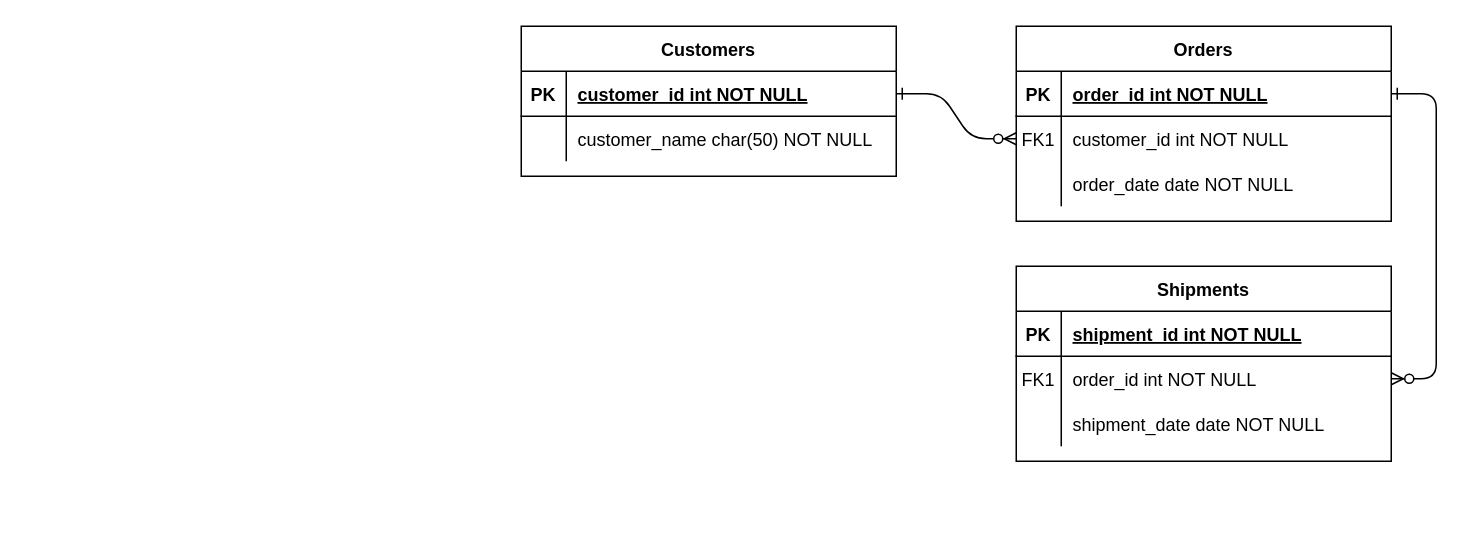
The draw.io diagram Documentacion/DiagramaDB.drawio in JuanLop3z/VIdeogamesStore, before the edit. Source tidied: cells renumbered, new cells numbered last; positions are measured from the earlier drawing's top-left corner, leaving out a move shared by most shapes. Both pictures are drawn from the tidied source at 150%, with x=0, y=0 at pixel (520, 26).
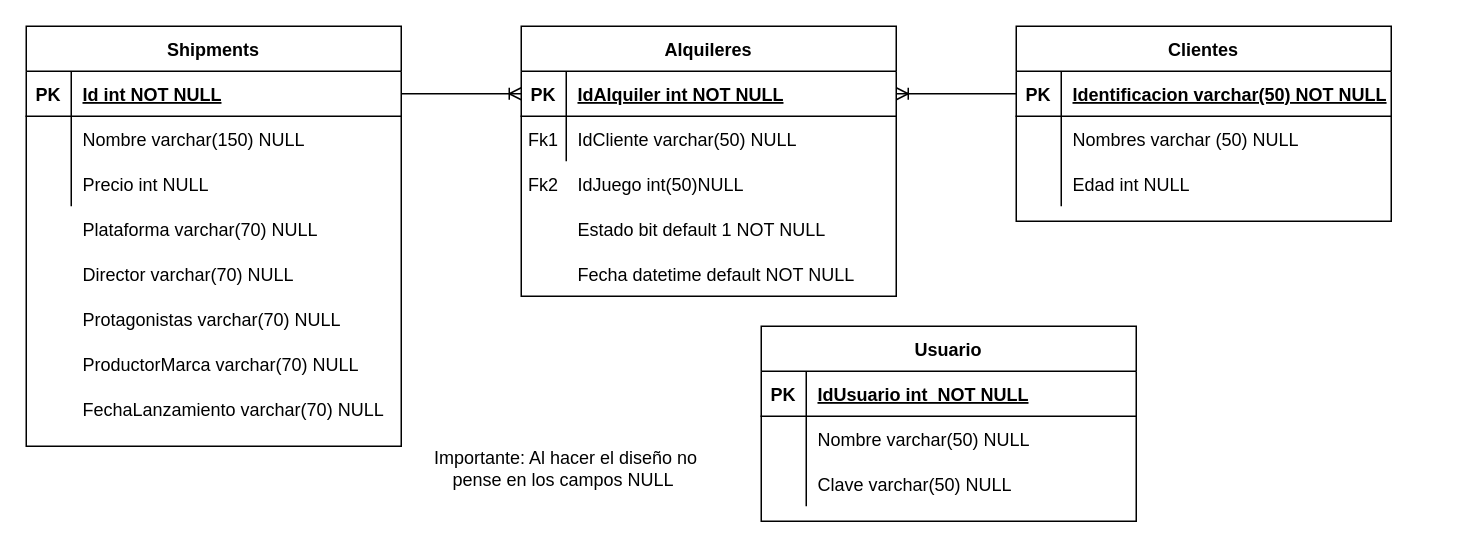
Above is the later version.

The change refers to these unchanged cells:
```xml
<mxCell id="5" style="shape=partialRectangle;fillColor=none;points=[[0,0.5],[1,0.5]];portConstraint=eastwest;top=0;left=0;right=0;bottom=1;" parent="4" vertex="1">
  <mxGeometry y="30" width="250" height="30" as="geometry" />
</mxCell>
<mxCell id="8" style="shape=partialRectangle;fillColor=none;points=[[0,0.5],[1,0.5]];portConstraint=eastwest;top=0;left=0;right=0;bottom=0;" parent="4" vertex="1">
  <mxGeometry y="60" width="250" height="30" as="geometry" />
</mxCell>
<mxCell id="11" style="shape=partialRectangle;fillColor=none;top=0;left=0;right=0;bottom=0;" parent="4" vertex="1">
  <mxGeometry y="90" width="250" height="30" as="geometry" />
</mxCell>
<mxCell id="15" style="shape=partialRectangle;fillColor=none;points=[[0,0.5],[1,0.5]];portConstraint=eastwest;top=0;left=0;right=0;bottom=1;" parent="14" vertex="1">
  <mxGeometry y="30" width="250" height="30" as="geometry" />
</mxCell>
<mxCell id="18" style="shape=partialRectangle;fillColor=none;points=[[0,0.5],[1,0.5]];portConstraint=eastwest;top=0;left=0;right=0;bottom=0;" parent="14" vertex="1">
  <mxGeometry y="60" width="250" height="30" as="geometry" />
</mxCell>
<mxCell id="21" style="shape=partialRectangle;fillColor=none;top=0;left=0;right=0;bottom=0;" parent="14" vertex="1">
  <mxGeometry y="90" width="250" height="30" as="geometry" />
</mxCell>
<mxCell id="25" style="shape=partialRectangle;fillColor=none;points=[[0,0.5],[1,0.5]];portConstraint=eastwest;top=0;left=0;right=0;bottom=1;" parent="24" vertex="1">
  <mxGeometry y="30" width="250" height="30" as="geometry" />
</mxCell>
<mxCell id="28" style="shape=partialRectangle;fillColor=none;top=0;left=0;right=0;bottom=0;" parent="24" vertex="1">
  <mxGeometry y="60" width="250" height="30" as="geometry" />
</mxCell>
```

Diff of the diagram source:
```diff
@@
-    <mxCell id="2" style="edgeStyle=entityRelationEdgeStyle;endArrow=ERzeroToMany;startArrow=ERone;endFill=1;startFill=0;" parent="1" edge="1" source="25" target="8">
-      <mxGeometry relative="1" as="geometry" />
-    </mxCell>
-    <mxCell id="3" style="edgeStyle=entityRelationEdgeStyle;endArrow=ERzeroToMany;startArrow=ERone;endFill=1;startFill=0;" parent="1" edge="1" source="5" target="18">
-      <mxGeometry relative="1" as="geometry" />
-    </mxCell>
-    <mxCell id="4" value="Orders" style="shape=table;startSize=30;childLayout=tableLayout;rowLines=0;fontStyle=1;align=center;" parent="1" vertex="1">
+    <mxCell id="4" value="Clientes" style="shape=table;startSize=30;childLayout=tableLayout;rowLines=0;fontStyle=1;align=center;" parent="1" vertex="1">
       <mxGeometry x="330" width="250" height="130" as="geometry" />
     </mxCell>
@@
-    <mxCell id="7" value="order_id int NOT NULL " style="shape=partialRectangle;overflow=hidden;fillColor=none;top=0;left=0;bottom=0;right=0;align=left;spacingLeft=6;fontStyle=5;" parent="5" vertex="1">
+    <mxCell id="7" value="Identificacion varchar(50) NOT NULL " style="shape=partialRectangle;overflow=hidden;fillColor=none;top=0;left=0;bottom=0;right=0;align=left;spacingLeft=6;fontStyle=5;" parent="5" vertex="1">
       <mxGeometry x="30" width="220" height="30" as="geometry" />
     </mxCell>
@@
-    <mxCell id="9" value="FK1" style="shape=partialRectangle;overflow=hidden;fillColor=none;top=0;left=0;bottom=0;right=0;" parent="8" vertex="1">
+    <mxCell id="9" style="shape=partialRectangle;overflow=hidden;fillColor=none;top=0;left=0;bottom=0;right=0;" parent="8" vertex="1">
       <mxGeometry width="30" height="30" as="geometry" />
     </mxCell>
-    <mxCell id="10" value="customer_id int NOT NULL" style="shape=partialRectangle;overflow=hidden;fillColor=none;top=0;left=0;bottom=0;right=0;align=left;spacingLeft=6;" parent="8" vertex="1">
+    <mxCell id="10" value="Nombres varchar (50) NULL" style="shape=partialRectangle;overflow=hidden;fillColor=none;top=0;left=0;bottom=0;right=0;align=left;spacingLeft=6;" parent="8" vertex="1">
       <mxGeometry x="30" width="220" height="30" as="geometry" />
     </mxCell>
@@
-    <mxCell id="13" value="order_date date NOT NULL" style="shape=partialRectangle;overflow=hidden;fillColor=none;top=0;left=0;bottom=0;right=0;align=left;spacingLeft=6;" parent="11" vertex="1">
+    <mxCell id="13" value="Edad int NULL" style="shape=partialRectangle;overflow=hidden;fillColor=none;top=0;left=0;bottom=0;right=0;align=left;spacingLeft=6;" parent="11" vertex="1">
       <mxGeometry x="30" width="220" height="30" as="geometry" />
     </mxCell>
     <mxCell id="14" value="Shipments" style="shape=table;startSize=30;childLayout=tableLayout;rowLines=0;fontStyle=1;align=center;" parent="1" vertex="1">
-      <mxGeometry x="330" y="160" width="250" height="130" as="geometry" />
+      <mxGeometry x="-330" width="250" height="280" as="geometry" />
     </mxCell>
@@
-    <mxCell id="17" value="shipment_id int NOT NULL " style="shape=partialRectangle;overflow=hidden;fillColor=none;top=0;left=0;bottom=0;right=0;align=left;spacingLeft=6;fontStyle=5;" parent="15" vertex="1">
+    <mxCell id="17" value="Id int NOT NULL " style="shape=partialRectangle;overflow=hidden;fillColor=none;top=0;left=0;bottom=0;right=0;align=left;spacingLeft=6;fontStyle=5;" parent="15" vertex="1">
       <mxGeometry x="30" width="220" height="30" as="geometry" />
     </mxCell>
@@
-    <mxCell id="19" value="FK1" style="shape=partialRectangle;overflow=hidden;fillColor=none;top=0;left=0;bottom=0;right=0;" parent="18" vertex="1">
+    <mxCell id="19" style="shape=partialRectangle;overflow=hidden;fillColor=none;top=0;left=0;bottom=0;right=0;" parent="18" vertex="1">
       <mxGeometry width="30" height="30" as="geometry" />
     </mxCell>
-    <mxCell id="20" value="order_id int NOT NULL" style="shape=partialRectangle;overflow=hidden;fillColor=none;top=0;left=0;bottom=0;right=0;align=left;spacingLeft=6;" parent="18" vertex="1">
+    <mxCell id="20" value="Nombre varchar(150) NULL        " style="shape=partialRectangle;overflow=hidden;fillColor=none;top=0;left=0;bottom=0;right=0;align=left;spacingLeft=6;" parent="18" vertex="1">
       <mxGeometry x="30" width="220" height="30" as="geometry" />
     </mxCell>
@@
-    <mxCell id="23" value="shipment_date date NOT NULL" style="shape=partialRectangle;overflow=hidden;fillColor=none;top=0;left=0;bottom=0;right=0;align=left;spacingLeft=6;" parent="21" vertex="1">
+    <mxCell id="23" value="Precio int NULL" style="shape=partialRectangle;overflow=hidden;fillColor=none;top=0;left=0;bottom=0;right=0;align=left;spacingLeft=6;" parent="21" vertex="1">
       <mxGeometry x="30" width="220" height="30" as="geometry" />
     </mxCell>
-    <mxCell id="24" value="Customers" style="shape=table;startSize=30;childLayout=tableLayout;rowLines=0;fontStyle=1;align=center;" parent="1" vertex="1">
-      <mxGeometry width="250" height="100" as="geometry" />
+    <mxCell id="24" value="Alquileres" style="shape=table;startSize=30;childLayout=tableLayout;rowLines=0;fontStyle=1;align=center;" parent="1" vertex="1">
+      <mxGeometry width="250" height="180" as="geometry" />
     </mxCell>
@@
-    <mxCell id="27" value="customer_id int NOT NULL " style="shape=partialRectangle;overflow=hidden;fillColor=none;top=0;left=0;bottom=0;right=0;align=left;spacingLeft=6;fontStyle=5;" parent="25" vertex="1">
+    <mxCell id="27" value="IdAlquiler int NOT NULL " style="shape=partialRectangle;overflow=hidden;fillColor=none;top=0;left=0;bottom=0;right=0;align=left;spacingLeft=6;fontStyle=5;" parent="25" vertex="1">
       <mxGeometry x="30" width="220" height="30" as="geometry" />
     </mxCell>
@@
-    <mxCell id="29" style="shape=partialRectangle;overflow=hidden;fillColor=none;top=0;left=0;bottom=0;right=0;" parent="28" vertex="1">
+    <mxCell id="29" value="Fk1" style="shape=partialRectangle;overflow=hidden;fillColor=none;top=0;left=0;bottom=0;right=0;" parent="28" vertex="1">
       <mxGeometry width="30" height="30" as="geometry" />
     </mxCell>
-    <mxCell id="30" value="customer_name char(50) NOT NULL" style="shape=partialRectangle;overflow=hidden;fillColor=none;top=0;left=0;bottom=0;right=0;align=left;spacingLeft=6;" parent="28" vertex="1">
+    <mxCell id="30" value="IdCliente varchar(50) NULL" style="shape=partialRectangle;overflow=hidden;fillColor=none;top=0;left=0;bottom=0;right=0;align=left;spacingLeft=6;" parent="28" vertex="1">
       <mxGeometry x="30" width="220" height="30" as="geometry" />
     </mxCell>
+    <mxCell id="31" value="IdJuego int(50)NULL" style="shape=partialRectangle;overflow=hidden;fillColor=none;top=0;left=0;bottom=0;right=0;align=left;spacingLeft=6;" parent="1" vertex="1">
+      <mxGeometry x="30" y="90" width="220" height="30" as="geometry" />
+    </mxCell>
+    <mxCell id="32" value="Fk2" style="shape=partialRectangle;overflow=hidden;fillColor=none;top=0;left=0;bottom=0;right=0;" parent="1" vertex="1">
+      <mxGeometry y="90" width="30" height="30" as="geometry" />
+    </mxCell>
+    <mxCell id="33" value="Estado bit default 1 NOT NULL" style="shape=partialRectangle;overflow=hidden;fillColor=none;top=0;left=0;bottom=0;right=0;align=left;spacingLeft=6;" parent="1" vertex="1">
+      <mxGeometry x="30" y="120" width="220" height="30" as="geometry" />
+    </mxCell>
+    <mxCell id="34" value="Fecha datetime default NOT NULL" style="shape=partialRectangle;overflow=hidden;fillColor=none;top=0;left=0;bottom=0;right=0;align=left;spacingLeft=6;" parent="1" vertex="1">
+      <mxGeometry x="30" y="150" width="220" height="30" as="geometry" />
+    </mxCell>
+    <mxCell id="35" style="edgeStyle=entityRelationEdgeStyle;fontSize=12;html=1;endArrow=ERoneToMany;rounded=0;entryX=1;entryY=0.5;entryDx=0;entryDy=0;exitX=0;exitY=0.5;exitDx=0;exitDy=0;" parent="1" edge="1" source="5" target="25">
+      <mxGeometry relative="1" as="geometry" />
+    </mxCell>
+    <mxCell id="36" value="Usuario" style="shape=table;startSize=30;childLayout=tableLayout;rowLines=0;fontStyle=1;align=center;" parent="1" vertex="1">
+      <mxGeometry x="160" y="200" width="250" height="130" as="geometry" />
+    </mxCell>
+    <mxCell id="37" style="shape=partialRectangle;fillColor=none;top=0;left=0;right=0;bottom=1;" parent="36" vertex="1">
+      <mxGeometry y="30" width="250" height="30" as="geometry" />
+    </mxCell>
+    <mxCell id="38" value="PK" style="shape=partialRectangle;overflow=hidden;fillColor=none;top=0;left=0;bottom=0;right=0;fontStyle=1;" parent="37" vertex="1">
+      <mxGeometry width="30" height="30" as="geometry" />
+    </mxCell>
+    <mxCell id="39" value="IdUsuario int  NOT NULL " style="shape=partialRectangle;overflow=hidden;fillColor=none;top=0;left=0;bottom=0;right=0;align=left;spacingLeft=6;fontStyle=5;" parent="37" vertex="1">
+      <mxGeometry x="30" width="220" height="30" as="geometry" />
+    </mxCell>
+    <mxCell id="40" style="shape=partialRectangle;fillColor=none;top=0;left=0;right=0;bottom=0;" parent="36" vertex="1">
+      <mxGeometry y="60" width="250" height="30" as="geometry" />
+    </mxCell>
+    <mxCell id="41" style="shape=partialRectangle;overflow=hidden;fillColor=none;top=0;left=0;bottom=0;right=0;" parent="40" vertex="1">
+      <mxGeometry width="30" height="30" as="geometry" />
+    </mxCell>
+    <mxCell id="42" value="Nombre varchar(50) NULL" style="shape=partialRectangle;overflow=hidden;fillColor=none;top=0;left=0;bottom=0;right=0;align=left;spacingLeft=6;" parent="40" vertex="1">
+      <mxGeometry x="30" width="220" height="30" as="geometry" />
+    </mxCell>
+    <mxCell id="43" style="shape=partialRectangle;fillColor=none;top=0;left=0;right=0;bottom=0;" parent="36" vertex="1">
+      <mxGeometry y="90" width="250" height="30" as="geometry" />
+    </mxCell>
+    <mxCell id="44" style="shape=partialRectangle;overflow=hidden;fillColor=none;top=0;left=0;bottom=0;right=0;" parent="43" vertex="1">
+      <mxGeometry width="30" height="30" as="geometry" />
+    </mxCell>
+    <mxCell id="45" value="Clave varchar(50) NULL" style="shape=partialRectangle;overflow=hidden;fillColor=none;top=0;left=0;bottom=0;right=0;align=left;spacingLeft=6;" parent="43" vertex="1">
+      <mxGeometry x="30" width="220" height="30" as="geometry" />
+    </mxCell>
+    <mxCell id="46" value="Plataforma varchar(70) NULL" style="shape=partialRectangle;overflow=hidden;fillColor=none;top=0;left=0;bottom=0;right=0;align=left;spacingLeft=6;" parent="1" vertex="1">
+      <mxGeometry x="-300" y="120" width="220" height="30" as="geometry" />
+    </mxCell>
+    <mxCell id="47" value="Director varchar(70) NULL" style="shape=partialRectangle;overflow=hidden;fillColor=none;top=0;left=0;bottom=0;right=0;align=left;spacingLeft=6;" parent="1" vertex="1">
+      <mxGeometry x="-300" y="150" width="220" height="30" as="geometry" />
+    </mxCell>
+    <mxCell id="48" value="Protagonistas varchar(70) NULL" style="shape=partialRectangle;overflow=hidden;fillColor=none;top=0;left=0;bottom=0;right=0;align=left;spacingLeft=6;" parent="1" vertex="1">
+      <mxGeometry x="-300" y="180" width="220" height="30" as="geometry" />
+    </mxCell>
+    <mxCell id="49" value="ProductorMarca varchar(70) NULL" style="shape=partialRectangle;overflow=hidden;fillColor=none;top=0;left=0;bottom=0;right=0;align=left;spacingLeft=6;" parent="1" vertex="1">
+      <mxGeometry x="-300" y="210" width="220" height="30" as="geometry" />
+    </mxCell>
+    <mxCell id="50" value="FechaLanzamiento varchar(70) NULL" style="shape=partialRectangle;overflow=hidden;fillColor=none;top=0;left=0;bottom=0;right=0;align=left;spacingLeft=6;" parent="1" vertex="1">
+      <mxGeometry x="-300" y="240" width="220" height="30" as="geometry" />
+    </mxCell>
+    <mxCell id="51" style="edgeStyle=entityRelationEdgeStyle;fontSize=12;html=1;endArrow=ERoneToMany;rounded=0;entryX=0;entryY=0.5;entryDx=0;entryDy=0;exitX=1;exitY=0.5;exitDx=0;exitDy=0;" parent="1" edge="1" source="15" target="25">
+      <mxGeometry relative="1" as="geometry" />
+    </mxCell>
+    <mxCell id="52" value="Importante: Al hacer el diseño no pense en los campos NULL&amp;nbsp;" style="text;html=1;strokeColor=none;fillColor=none;align=center;verticalAlign=middle;whiteSpace=wrap;rounded=0;" parent="1" vertex="1">
+      <mxGeometry x="-70" y="280" width="200" height="30" as="geometry" />
+    </mxCell>
```
